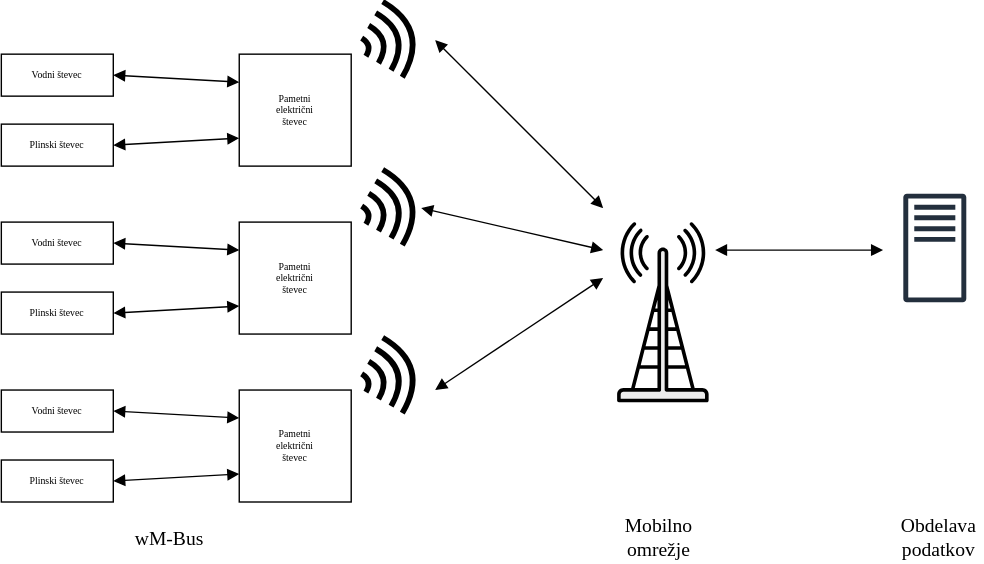
This is Slike/AMI.svg from harka069/mag, a draw.io export, as it was before one commit. Source tidied: cells renumbered, new cells last; positions are measured from the earlier drawing's top-left corner, leaving out a move shared by most shapes.
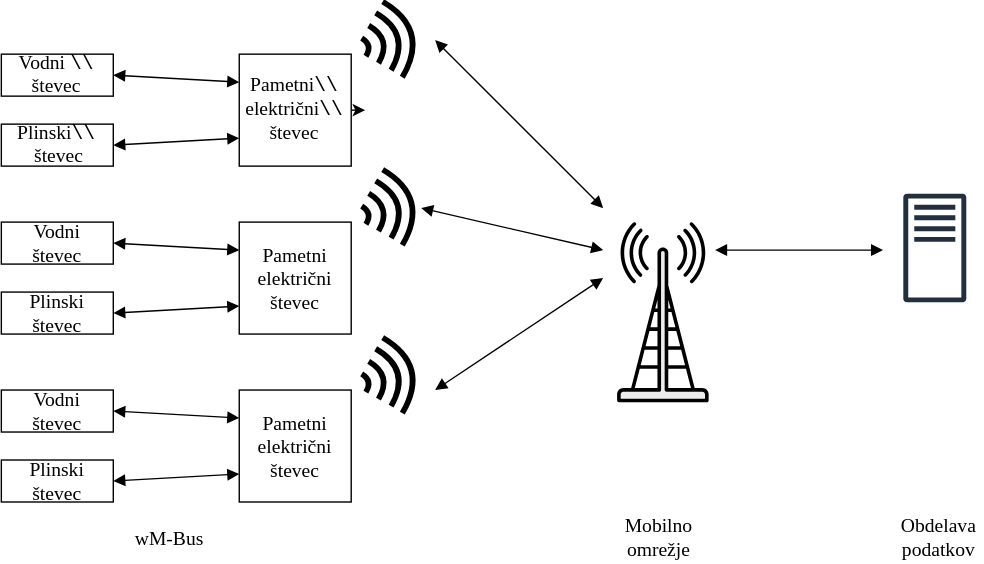
Later version of the same file.

Diff of the diagram source:
```diff
@@ -2,34 +2,34 @@
   <root>
     <mxCell id="0" />
     <mxCell id="1" parent="0" />
-    <mxCell id="2" value="&lt;div&gt;Pametni&lt;/div&gt;&lt;div&gt;električni&lt;/div&gt;&lt;div&gt;števec&lt;/div&gt;" style="rounded=0;whiteSpace=wrap;html=1;fontFamily=Latin Modern;fontSize=7;convertToSvg=1;svgWhiteSpace=wrap;" parent="1" vertex="1">
+    <mxCell id="2" value="&lt;div&gt;Pametni&lt;/div&gt;&lt;div&gt;električni&lt;/div&gt;&lt;div&gt;števec&lt;/div&gt;" style="rounded=0;whiteSpace=wrap;html=1;fontFamily=Latin Modern;fontSize=14;convertToSvg=1;svgWhiteSpace=wrap;" parent="1" vertex="1">
       <mxGeometry x="170" y="157" width="80" height="80" as="geometry" />
     </mxCell>
-    <mxCell id="3" value="Vodni števec" style="rounded=0;whiteSpace=wrap;html=1;fontFamily=Latin Modern;fontSize=7;convertToSvg=1;svgWhiteSpace=wrap;" parent="1" vertex="1">
+    <mxCell id="3" value="Vodni števec" style="rounded=0;whiteSpace=wrap;html=1;fontFamily=Latin Modern;fontSize=14;convertToSvg=1;svgWhiteSpace=wrap;" parent="1" vertex="1">
       <mxGeometry y="157" width="80" height="30" as="geometry" />
     </mxCell>
-    <mxCell id="4" value="Plinski števec" style="rounded=0;whiteSpace=wrap;html=1;fontFamily=Latin Modern;fontSize=7;convertToSvg=1;svgWhiteSpace=wrap;" parent="1" vertex="1">
+    <mxCell id="4" value="Plinski števec" style="rounded=0;whiteSpace=wrap;html=1;fontFamily=Latin Modern;fontSize=14;convertToSvg=1;svgWhiteSpace=wrap;" parent="1" vertex="1">
       <mxGeometry y="207" width="80" height="30" as="geometry" />
     </mxCell>
-    <mxCell id="5" style="endArrow=block;html=1;rounded=0;exitX=1;exitY=0.5;exitDx=0;exitDy=0;entryX=0;entryY=0.75;entryDx=0;entryDy=0;startArrow=block;startFill=1;endFill=1;fontFamily=Latin Modern;fontSize=7;convertToSvg=1;" parent="1" edge="1" source="4" target="2">
+    <mxCell id="5" style="endArrow=block;html=1;rounded=0;exitX=1;exitY=0.5;exitDx=0;exitDy=0;entryX=0;entryY=0.75;entryDx=0;entryDy=0;startArrow=block;startFill=1;endFill=1;fontFamily=Latin Modern;fontSize=14;convertToSvg=1;" parent="1" edge="1" source="4" target="2">
       <mxGeometry relative="1" as="geometry" />
     </mxCell>
-    <mxCell id="6" style="endArrow=block;html=1;rounded=0;exitX=1;exitY=0.5;exitDx=0;exitDy=0;entryX=0;entryY=0.25;entryDx=0;entryDy=0;startArrow=block;startFill=1;endFill=1;fontFamily=Latin Modern;fontSize=7;convertToSvg=1;" parent="1" edge="1" source="3" target="2">
+    <mxCell id="6" style="endArrow=block;html=1;rounded=0;exitX=1;exitY=0.5;exitDx=0;exitDy=0;entryX=0;entryY=0.25;entryDx=0;entryDy=0;startArrow=block;startFill=1;endFill=1;fontFamily=Latin Modern;fontSize=14;convertToSvg=1;" parent="1" edge="1" source="3" target="2">
       <mxGeometry relative="1" as="geometry" />
     </mxCell>
-    <mxCell id="7" value="&lt;div&gt;Pametni&lt;/div&gt;&lt;div&gt;električni&lt;/div&gt;&lt;div&gt;števec&lt;/div&gt;" style="rounded=0;whiteSpace=wrap;html=1;fontFamily=Latin Modern;fontSize=7;convertToSvg=1;svgWhiteSpace=wrap;" parent="1" vertex="1">
+    <mxCell id="7" value="&lt;div&gt;Pametni&lt;/div&gt;&lt;div&gt;električni&lt;/div&gt;&lt;div&gt;števec&lt;/div&gt;" style="rounded=0;whiteSpace=wrap;html=1;fontFamily=Latin Modern;fontSize=14;convertToSvg=1;svgWhiteSpace=wrap;" parent="1" vertex="1">
       <mxGeometry x="170" y="277" width="80" height="80" as="geometry" />
     </mxCell>
-    <mxCell id="8" value="Vodni števec" style="rounded=0;whiteSpace=wrap;html=1;fontFamily=Latin Modern;fontSize=7;convertToSvg=1;svgWhiteSpace=wrap;" parent="1" vertex="1">
+    <mxCell id="8" value="Vodni števec" style="rounded=0;whiteSpace=wrap;html=1;fontFamily=Latin Modern;fontSize=14;convertToSvg=1;svgWhiteSpace=wrap;" parent="1" vertex="1">
       <mxGeometry y="277" width="80" height="30" as="geometry" />
     </mxCell>
-    <mxCell id="9" value="Plinski števec" style="rounded=0;whiteSpace=wrap;html=1;fontFamily=Latin Modern;fontSize=7;convertToSvg=1;svgWhiteSpace=wrap;" parent="1" vertex="1">
+    <mxCell id="9" value="Plinski števec" style="rounded=0;whiteSpace=wrap;html=1;fontFamily=Latin Modern;fontSize=14;convertToSvg=1;svgWhiteSpace=wrap;" parent="1" vertex="1">
       <mxGeometry y="327" width="80" height="30" as="geometry" />
     </mxCell>
-    <mxCell id="10" style="endArrow=block;html=1;rounded=0;exitX=1;exitY=0.5;exitDx=0;exitDy=0;entryX=0;entryY=0.75;entryDx=0;entryDy=0;startArrow=block;startFill=1;endFill=1;fontFamily=Latin Modern;fontSize=7;convertToSvg=1;" parent="1" edge="1" source="9" target="7">
+    <mxCell id="10" style="endArrow=block;html=1;rounded=0;exitX=1;exitY=0.5;exitDx=0;exitDy=0;entryX=0;entryY=0.75;entryDx=0;entryDy=0;startArrow=block;startFill=1;endFill=1;fontFamily=Latin Modern;fontSize=14;convertToSvg=1;" parent="1" edge="1" source="9" target="7">
       <mxGeometry relative="1" as="geometry" />
     </mxCell>
-    <mxCell id="11" style="endArrow=block;html=1;rounded=0;exitX=1;exitY=0.5;exitDx=0;exitDy=0;entryX=0;entryY=0.25;entryDx=0;entryDy=0;startArrow=block;startFill=1;endFill=1;fontFamily=Latin Modern;fontSize=7;convertToSvg=1;" parent="1" edge="1" source="8" target="7">
+    <mxCell id="11" style="endArrow=block;html=1;rounded=0;exitX=1;exitY=0.5;exitDx=0;exitDy=0;entryX=0;entryY=0.25;entryDx=0;entryDy=0;startArrow=block;startFill=1;endFill=1;fontFamily=Latin Modern;fontSize=14;convertToSvg=1;" parent="1" edge="1" source="8" target="7">
       <mxGeometry relative="1" as="geometry" />
     </mxCell>
     <mxCell id="12" value="&lt;div&gt;wM-Bus&lt;/div&gt;" style="edgeLabel;html=1;align=center;verticalAlign=middle;fontSize=14;fontFamily=Latin Modern;convertToSvg=1;" parent="11" vertex="1">
@@ -37,31 +37,36 @@
         <mxPoint x="-5" y="88" as="offset" />
       </mxGeometry>
     </mxCell>
+    <mxCell id="41" style="edgeStyle=orthogonalEdgeStyle;rounded=0;jettySize=auto;html=1;exitX=1;exitY=0.5;exitDx=0;exitDy=0;" parent="1" edge="1" source="13">
+      <mxGeometry relative="1" as="geometry">
+        <mxPoint x="260" y="77" as="targetPoint" />
+      </mxGeometry>
+    </mxCell>
-    <mxCell id="13" value="&lt;div&gt;Pametni&lt;/div&gt;&lt;div&gt;električni&lt;/div&gt;&lt;div&gt;števec&lt;/div&gt;" style="rounded=0;whiteSpace=wrap;html=1;fontFamily=Latin Modern;fontSize=7;convertToSvg=1;svgWhiteSpace=wrap;" parent="1" vertex="1">
+    <mxCell id="13" value="&lt;div&gt;Pametni&lt;code&gt;\\&lt;/code&gt; &lt;/div&gt;&lt;div&gt;električni&lt;code&gt;\\&lt;/code&gt; &lt;/div&gt;&lt;div&gt;števec&lt;/div&gt;" style="rounded=0;whiteSpace=wrap;html=1;fontFamily=Latin Modern;fontSize=14;convertToSvg=1;svgWhiteSpace=wrap;" parent="1" vertex="1">
       <mxGeometry x="170" y="37" width="80" height="80" as="geometry" />
     </mxCell>
-    <mxCell id="14" value="Vodni števec" style="rounded=0;whiteSpace=wrap;html=1;fontFamily=Latin Modern;fontSize=7;convertToSvg=1;svgWhiteSpace=wrap;" parent="1" vertex="1">
+    <mxCell id="14" value="Vodni&amp;nbsp;&lt;code&gt;\\&lt;/code&gt; števec" style="rounded=0;whiteSpace=wrap;html=1;fontFamily=Latin Modern;fontSize=14;convertToSvg=1;svgWhiteSpace=wrap;" parent="1" vertex="1">
       <mxGeometry y="37" width="80" height="30" as="geometry" />
     </mxCell>
-    <mxCell id="15" value="Plinski števec" style="rounded=0;whiteSpace=wrap;html=1;fontFamily=Latin Modern;fontSize=7;convertToSvg=1;svgWhiteSpace=wrap;" parent="1" vertex="1">
+    <mxCell id="15" value="Plinski&lt;code&gt;\\&lt;/code&gt; &amp;nbsp;števec" style="rounded=0;whiteSpace=wrap;html=1;fontFamily=Latin Modern;fontSize=14;convertToSvg=1;svgWhiteSpace=wrap;" parent="1" vertex="1">
       <mxGeometry y="87" width="80" height="30" as="geometry" />
     </mxCell>
-    <mxCell id="16" style="endArrow=block;html=1;rounded=0;exitX=1;exitY=0.5;exitDx=0;exitDy=0;entryX=0;entryY=0.75;entryDx=0;entryDy=0;startArrow=block;startFill=1;endFill=1;fontFamily=Latin Modern;fontSize=7;convertToSvg=1;" parent="1" edge="1" source="15" target="13">
+    <mxCell id="16" style="endArrow=block;html=1;rounded=0;exitX=1;exitY=0.5;exitDx=0;exitDy=0;entryX=0;entryY=0.75;entryDx=0;entryDy=0;startArrow=block;startFill=1;endFill=1;fontFamily=Latin Modern;fontSize=14;convertToSvg=1;" parent="1" edge="1" source="15" target="13">
       <mxGeometry relative="1" as="geometry" />
     </mxCell>
-    <mxCell id="17" style="endArrow=block;html=1;rounded=0;exitX=1;exitY=0.5;exitDx=0;exitDy=0;entryX=0;entryY=0.25;entryDx=0;entryDy=0;startArrow=block;startFill=1;endFill=1;fontFamily=Latin Modern;fontSize=7;convertToSvg=1;" parent="1" edge="1" source="14" target="13">
+    <mxCell id="17" style="endArrow=block;html=1;rounded=0;exitX=1;exitY=0.5;exitDx=0;exitDy=0;entryX=0;entryY=0.25;entryDx=0;entryDy=0;startArrow=block;startFill=1;endFill=1;fontFamily=Latin Modern;fontSize=14;convertToSvg=1;" parent="1" edge="1" source="14" target="13">
       <mxGeometry relative="1" as="geometry" />
     </mxCell>
     <mxCell id="18" value="Mobilno&amp;nbsp; omrežje" style="text;html=1;whiteSpace=wrap;strokeColor=none;fillColor=none;align=center;verticalAlign=middle;rounded=0;fontFamily=Latin Modern;fontSize=14;convertToSvg=1;svgWhiteSpace=wrap;" parent="1" vertex="1">
       <mxGeometry x="440" y="367" width="60" height="30" as="geometry" />
     </mxCell>
-    <mxCell id="19" style="shape=mxgraph.networks2.icon;fillColor=#EDEDED;strokeColor=#000000;gradientColor=#5B6163;network2IconShadow=1;network2bgFillColor=none;labelPosition=center;verticalLabelPosition=bottom;align=center;verticalAlign=top;network2Icon=mxgraph.networks2.antenna;network2IconYOffset=0.0004;network2IconW=0.508;network2IconH=0.9997;html=1;convertToSvg=1;" parent="1" vertex="1">
+    <mxCell id="19" style="shape=mxgraph.networks2.icon;fillColor=#EDEDED;strokeColor=#000000;gradientColor=#5B6163;network2IconShadow=1;network2bgFillColor=none;labelPosition=center;verticalLabelPosition=bottom;align=center;verticalAlign=top;network2Icon=mxgraph.networks2.antenna;network2IconYOffset=0.0004;network2IconW=0.508;network2IconH=0.9997;html=1;convertToSvg=1;fontFamily=Latin Modern;fontSize=14;" parent="1" vertex="1">
       <mxGeometry x="440" y="157" width="65.4" height="128.7" as="geometry" />
     </mxCell>
-    <mxCell id="20" style="group;rotation=30;fontFamily=Latin Modern;fontSize=7;html=1;convertToSvg=1;" parent="1" vertex="1">
+    <mxCell id="20" style="group;rotation=30;fontFamily=Latin Modern;fontSize=14;html=1;convertToSvg=1;" parent="1" vertex="1">
       <mxGeometry x="260" y="7" width="40" height="40" as="geometry" />
     </mxCell>
-    <mxCell id="21" style="edgeStyle=none;orthogonalLoop=1;jettySize=auto;html=1;rounded=0;curved=1;endArrow=none;endFill=0;strokeWidth=4;fontFamily=Latin Modern;fontSize=7;convertToSvg=1;" parent="20" edge="1">
+    <mxCell id="21" style="edgeStyle=none;orthogonalLoop=1;jettySize=auto;html=1;rounded=0;curved=1;endArrow=none;endFill=0;strokeWidth=4;fontFamily=Latin Modern;fontSize=14;convertToSvg=1;" parent="20" edge="1">
       <mxGeometry relative="1" as="geometry">
         <mxPoint x="13" y="-7" as="sourcePoint" />
         <mxPoint x="27" y="47" as="targetPoint" />
@@ -70,7 +75,7 @@
         </Array>
       </mxGeometry>
     </mxCell>
-    <mxCell id="22" style="edgeStyle=none;orthogonalLoop=1;jettySize=auto;html=1;rounded=0;endArrow=none;endFill=0;curved=1;strokeWidth=4;fontFamily=Latin Modern;fontSize=7;convertToSvg=1;" parent="20" edge="1">
+    <mxCell id="22" style="edgeStyle=none;orthogonalLoop=1;jettySize=auto;html=1;rounded=0;endArrow=none;endFill=0;curved=1;strokeWidth=4;fontFamily=Latin Modern;fontSize=14;convertToSvg=1;" parent="20" edge="1">
       <mxGeometry relative="1" as="geometry">
         <mxPoint x="8" y="1" as="sourcePoint" />
         <mxPoint x="19" y="42" as="targetPoint" />
@@ -79,7 +84,7 @@
         </Array>
       </mxGeometry>
     </mxCell>
-    <mxCell id="23" style="edgeStyle=none;orthogonalLoop=1;jettySize=auto;html=1;rounded=0;endArrow=none;endFill=0;curved=1;strokeWidth=4;fontFamily=Latin Modern;fontSize=7;convertToSvg=1;" parent="20" edge="1">
+    <mxCell id="23" style="edgeStyle=none;orthogonalLoop=1;jettySize=auto;html=1;rounded=0;endArrow=none;endFill=0;curved=1;strokeWidth=4;fontFamily=Latin Modern;fontSize=14;convertToSvg=1;" parent="20" edge="1">
       <mxGeometry relative="1" as="geometry">
         <mxPoint x="3" y="10" as="sourcePoint" />
         <mxPoint x="10" y="37" as="targetPoint" />
@@ -88,7 +93,7 @@
         </Array>
       </mxGeometry>
     </mxCell>
-    <mxCell id="24" style="edgeStyle=none;orthogonalLoop=1;jettySize=auto;html=1;rounded=0;endArrow=none;endFill=0;curved=1;strokeWidth=4;fontFamily=Latin Modern;fontSize=7;convertToSvg=1;" parent="20" edge="1">
+    <mxCell id="24" style="edgeStyle=none;orthogonalLoop=1;jettySize=auto;html=1;rounded=0;endArrow=none;endFill=0;curved=1;strokeWidth=4;fontFamily=Latin Modern;fontSize=14;convertToSvg=1;" parent="20" edge="1">
       <mxGeometry relative="1" as="geometry">
         <mxPoint x="-2" y="19" as="sourcePoint" />
         <mxPoint x="1" y="32" as="targetPoint" />
@@ -97,10 +102,10 @@
         </Array>
       </mxGeometry>
     </mxCell>
-    <mxCell id="25" style="group;rotation=30;fontFamily=Latin Modern;fontSize=7;html=1;convertToSvg=1;" parent="1" vertex="1">
+    <mxCell id="25" style="group;rotation=30;fontFamily=Latin Modern;fontSize=14;html=1;convertToSvg=1;" parent="1" vertex="1">
       <mxGeometry x="260" y="127" width="40" height="40" as="geometry" />
     </mxCell>
-    <mxCell id="26" style="edgeStyle=none;orthogonalLoop=1;jettySize=auto;html=1;rounded=0;curved=1;endArrow=none;endFill=0;strokeWidth=4;fontFamily=Latin Modern;fontSize=7;convertToSvg=1;" parent="25" edge="1">
+    <mxCell id="26" style="edgeStyle=none;orthogonalLoop=1;jettySize=auto;html=1;rounded=0;curved=1;endArrow=none;endFill=0;strokeWidth=4;fontFamily=Latin Modern;fontSize=14;convertToSvg=1;" parent="25" edge="1">
       <mxGeometry relative="1" as="geometry">
         <mxPoint x="13" y="-7" as="sourcePoint" />
         <mxPoint x="27" y="47" as="targetPoint" />
@@ -109,7 +114,7 @@
         </Array>
       </mxGeometry>
     </mxCell>
-    <mxCell id="27" style="edgeStyle=none;orthogonalLoop=1;jettySize=auto;html=1;rounded=0;endArrow=none;endFill=0;curved=1;strokeWidth=4;fontFamily=Latin Modern;fontSize=7;convertToSvg=1;" parent="25" edge="1">
+    <mxCell id="27" style="edgeStyle=none;orthogonalLoop=1;jettySize=auto;html=1;rounded=0;endArrow=none;endFill=0;curved=1;strokeWidth=4;fontFamily=Latin Modern;fontSize=14;convertToSvg=1;" parent="25" edge="1">
       <mxGeometry relative="1" as="geometry">
         <mxPoint x="8" y="1" as="sourcePoint" />
         <mxPoint x="19" y="42" as="targetPoint" />
@@ -118,7 +123,7 @@
         </Array>
       </mxGeometry>
     </mxCell>
-    <mxCell id="28" style="edgeStyle=none;orthogonalLoop=1;jettySize=auto;html=1;rounded=0;endArrow=none;endFill=0;curved=1;strokeWidth=4;fontFamily=Latin Modern;fontSize=7;convertToSvg=1;" parent="25" edge="1">
+    <mxCell id="28" style="edgeStyle=none;orthogonalLoop=1;jettySize=auto;html=1;rounded=0;endArrow=none;endFill=0;curved=1;strokeWidth=4;fontFamily=Latin Modern;fontSize=14;convertToSvg=1;" parent="25" edge="1">
       <mxGeometry relative="1" as="geometry">
         <mxPoint x="3" y="10" as="sourcePoint" />
         <mxPoint x="10" y="37" as="targetPoint" />
@@ -127,7 +132,7 @@
         </Array>
       </mxGeometry>
     </mxCell>
-    <mxCell id="29" style="edgeStyle=none;orthogonalLoop=1;jettySize=auto;html=1;rounded=0;endArrow=none;endFill=0;curved=1;strokeWidth=4;fontFamily=Latin Modern;fontSize=7;convertToSvg=1;" parent="25" edge="1">
+    <mxCell id="29" style="edgeStyle=none;orthogonalLoop=1;jettySize=auto;html=1;rounded=0;endArrow=none;endFill=0;curved=1;strokeWidth=4;fontFamily=Latin Modern;fontSize=14;convertToSvg=1;" parent="25" edge="1">
       <mxGeometry relative="1" as="geometry">
         <mxPoint x="-2" y="19" as="sourcePoint" />
         <mxPoint x="1" y="32" as="targetPoint" />
@@ -136,10 +141,10 @@
         </Array>
       </mxGeometry>
     </mxCell>
-    <mxCell id="30" style="group;rotation=30;fontFamily=Latin Modern;fontSize=7;html=1;convertToSvg=1;" parent="1" vertex="1">
+    <mxCell id="30" style="group;rotation=30;fontFamily=Latin Modern;fontSize=14;html=1;convertToSvg=1;" parent="1" vertex="1">
       <mxGeometry x="260" y="247" width="40" height="40" as="geometry" />
     </mxCell>
-    <mxCell id="31" style="edgeStyle=none;orthogonalLoop=1;jettySize=auto;html=1;rounded=0;curved=1;endArrow=none;endFill=0;strokeWidth=4;fontFamily=Latin Modern;fontSize=7;convertToSvg=1;" parent="30" edge="1">
+    <mxCell id="31" style="edgeStyle=none;orthogonalLoop=1;jettySize=auto;html=1;rounded=0;curved=1;endArrow=none;endFill=0;strokeWidth=4;fontFamily=Latin Modern;fontSize=14;convertToSvg=1;" parent="30" edge="1">
       <mxGeometry relative="1" as="geometry">
         <mxPoint x="13" y="-7" as="sourcePoint" />
         <mxPoint x="27" y="47" as="targetPoint" />
@@ -148,7 +153,7 @@
         </Array>
       </mxGeometry>
     </mxCell>
-    <mxCell id="32" style="edgeStyle=none;orthogonalLoop=1;jettySize=auto;html=1;rounded=0;endArrow=none;endFill=0;curved=1;strokeWidth=4;fontFamily=Latin Modern;fontSize=7;convertToSvg=1;" parent="30" edge="1">
+    <mxCell id="32" style="edgeStyle=none;orthogonalLoop=1;jettySize=auto;html=1;rounded=0;endArrow=none;endFill=0;curved=1;strokeWidth=4;fontFamily=Latin Modern;fontSize=14;convertToSvg=1;" parent="30" edge="1">
       <mxGeometry relative="1" as="geometry">
         <mxPoint x="8" y="1" as="sourcePoint" />
         <mxPoint x="19" y="42" as="targetPoint" />
@@ -157,7 +162,7 @@
         </Array>
       </mxGeometry>
     </mxCell>
-    <mxCell id="33" style="edgeStyle=none;orthogonalLoop=1;jettySize=auto;html=1;rounded=0;endArrow=none;endFill=0;curved=1;strokeWidth=4;fontFamily=Latin Modern;fontSize=7;convertToSvg=1;" parent="30" edge="1">
+    <mxCell id="33" style="edgeStyle=none;orthogonalLoop=1;jettySize=auto;html=1;rounded=0;endArrow=none;endFill=0;curved=1;strokeWidth=4;fontFamily=Latin Modern;fontSize=14;convertToSvg=1;" parent="30" edge="1">
       <mxGeometry relative="1" as="geometry">
         <mxPoint x="3" y="10" as="sourcePoint" />
         <mxPoint x="10" y="37" as="targetPoint" />
@@ -166,7 +171,7 @@
         </Array>
       </mxGeometry>
     </mxCell>
-    <mxCell id="34" style="edgeStyle=none;orthogonalLoop=1;jettySize=auto;html=1;rounded=0;endArrow=none;endFill=0;curved=1;strokeWidth=4;fontFamily=Latin Modern;fontSize=7;convertToSvg=1;" parent="30" edge="1">
+    <mxCell id="34" style="edgeStyle=none;orthogonalLoop=1;jettySize=auto;html=1;rounded=0;endArrow=none;endFill=0;curved=1;strokeWidth=4;fontFamily=Latin Modern;fontSize=14;convertToSvg=1;" parent="30" edge="1">
       <mxGeometry relative="1" as="geometry">
         <mxPoint x="-2" y="19" as="sourcePoint" />
         <mxPoint x="1" y="32" as="targetPoint" />
@@ -175,25 +180,25 @@
         </Array>
       </mxGeometry>
     </mxCell>
-    <mxCell id="35" style="endArrow=block;html=1;rounded=0;startArrow=block;startFill=1;endFill=1;convertToSvg=1;" parent="1" edge="1">
+    <mxCell id="35" style="endArrow=block;html=1;rounded=0;startArrow=block;startFill=1;endFill=1;convertToSvg=1;fontFamily=Latin Modern;fontSize=14;" parent="1" edge="1">
       <mxGeometry relative="1" as="geometry">
         <mxPoint x="310" y="27" as="sourcePoint" />
         <mxPoint x="430" y="147" as="targetPoint" />
       </mxGeometry>
     </mxCell>
-    <mxCell id="36" style="endArrow=block;html=1;rounded=0;startArrow=block;startFill=1;endFill=1;convertToSvg=1;" parent="1" edge="1">
+    <mxCell id="36" style="endArrow=block;html=1;rounded=0;startArrow=block;startFill=1;endFill=1;convertToSvg=1;fontFamily=Latin Modern;fontSize=14;" parent="1" edge="1">
       <mxGeometry relative="1" as="geometry">
         <mxPoint x="300" y="147" as="sourcePoint" />
         <mxPoint x="430" y="177" as="targetPoint" />
       </mxGeometry>
     </mxCell>
-    <mxCell id="37" style="endArrow=block;html=1;rounded=0;startArrow=block;startFill=1;endFill=1;convertToSvg=1;" parent="1" edge="1">
+    <mxCell id="37" style="endArrow=block;html=1;rounded=0;startArrow=block;startFill=1;endFill=1;convertToSvg=1;fontFamily=Latin Modern;fontSize=14;" parent="1" edge="1">
       <mxGeometry relative="1" as="geometry">
         <mxPoint x="310" y="277" as="sourcePoint" />
         <mxPoint x="430" y="197" as="targetPoint" />
       </mxGeometry>
     </mxCell>
-    <mxCell id="38" style="endArrow=block;html=1;rounded=0;startArrow=block;startFill=1;endFill=1;convertToSvg=1;" parent="1" edge="1">
+    <mxCell id="38" style="endArrow=block;html=1;rounded=0;startArrow=block;startFill=1;endFill=1;convertToSvg=1;fontFamily=Latin Modern;fontSize=14;" parent="1" edge="1">
       <mxGeometry relative="1" as="geometry">
         <mxPoint x="510" y="177" as="sourcePoint" />
         <mxPoint x="630" y="177" as="targetPoint" />
@@ -202,7 +207,7 @@
     <mxCell id="39" value="Obdelava&amp;nbsp; podatkov" style="text;html=1;whiteSpace=wrap;strokeColor=none;fillColor=none;align=center;verticalAlign=middle;rounded=0;fontSize=14;fontFamily=Latin Modern;convertToSvg=1;svgWhiteSpace=wrap;" parent="1" vertex="1">
       <mxGeometry x="640" y="367" width="60" height="30" as="geometry" />
     </mxCell>
-    <mxCell id="40" style="sketch=0;fontColor=#232F3E;gradientColor=none;fillColor=#232F3D;strokeColor=none;dashed=0;verticalLabelPosition=bottom;verticalAlign=top;align=center;html=1;fontSize=12;fontStyle=0;shape=mxgraph.aws4.traditional_server;convertToSvg=1;" parent="1" vertex="1">
+    <mxCell id="40" style="sketch=0;fontColor=#232F3E;gradientColor=none;fillColor=#232F3D;strokeColor=none;dashed=0;verticalLabelPosition=bottom;verticalAlign=top;align=center;html=1;fontSize=14;fontStyle=0;shape=mxgraph.aws4.traditional_server;convertToSvg=1;fontFamily=Latin Modern;" parent="1" vertex="1">
       <mxGeometry x="645" y="137" width="45" height="78" as="geometry" />
     </mxCell>
   </root>
```
